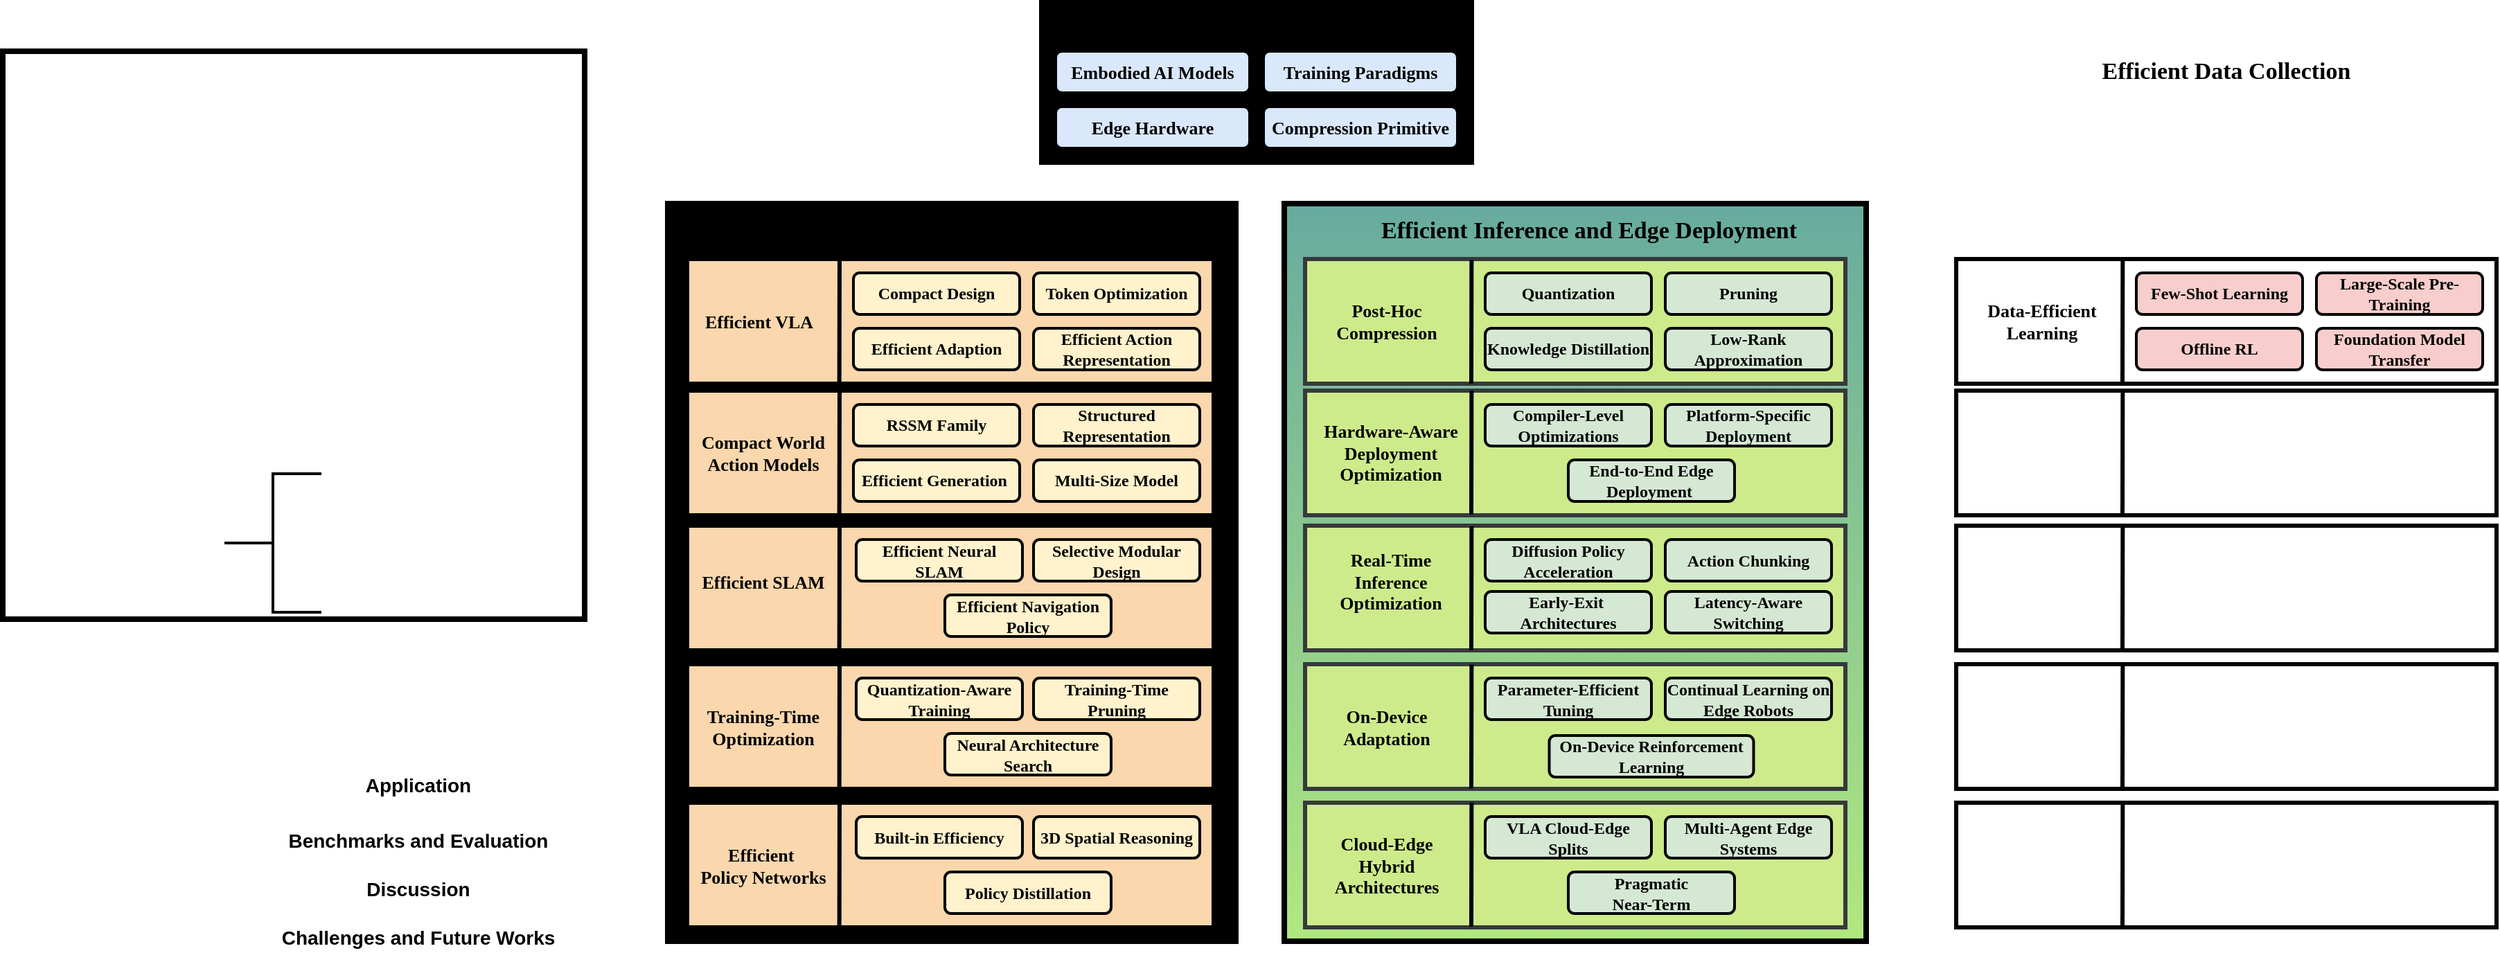
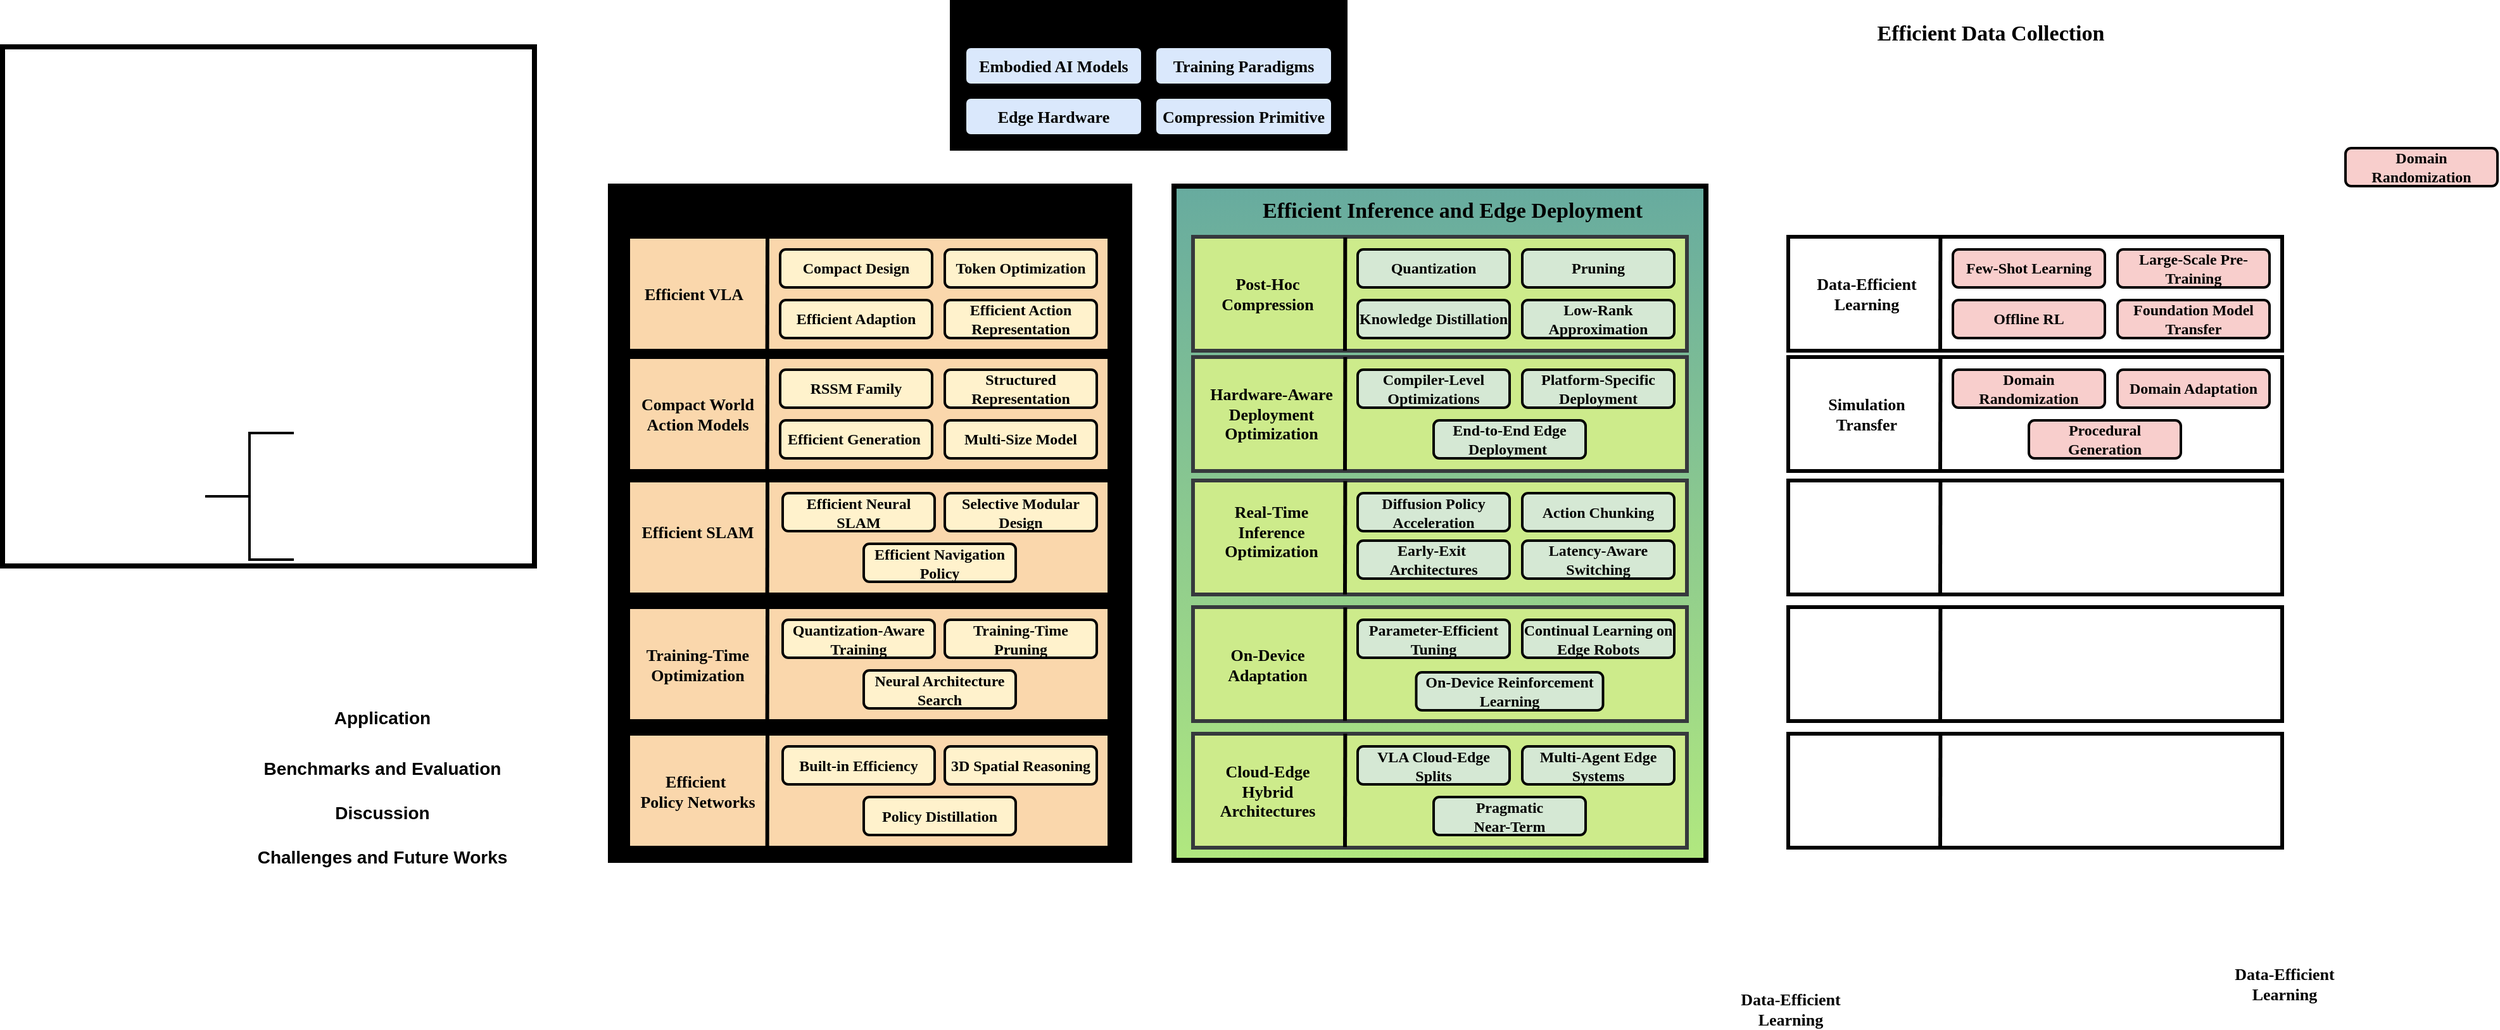
<mxfile host="app.diagrams.net">
  <diagram name="第 1 页" id="xv9Lnx2gyYwYQaEzt8dN">
    <mxGraphModel dx="2450" dy="829" grid="1" gridSize="10" guides="1" tooltips="1" connect="1" arrows="1" fold="1" page="1" pageScale="1" pageWidth="827" pageHeight="1169" math="0" shadow="0">
      <root>
        <mxCell id="0" />
        <mxCell id="1" parent="0" />
        <mxCell id="HWx69ffex-x17Lno-qGl-20" parent="1" style="rounded=0;whiteSpace=wrap;html=1;strokeWidth=4;container=0;fillColor=#67AB9F;gradientColor=#B1E87F;strokeColor=#000000;" value="" vertex="1">
          <mxGeometry height="532.5" width="420" x="305" y="200" as="geometry" />
        </mxCell>
        <mxCell id="P4z1W6zyqtdSm3awDH87-88" parent="1" style="rounded=0;whiteSpace=wrap;html=1;strokeWidth=4;" value="" vertex="1">
          <mxGeometry height="410" width="420" x="-620" y="90" as="geometry" />
        </mxCell>
        <mxCell id="mN9CjeCU7Y2PogCVv73L-14" parent="1" style="text;html=1;whiteSpace=wrap;strokeColor=none;fillColor=none;align=center;verticalAlign=middle;rounded=0;" value="&lt;font face=&quot;Helvetica&quot; style=&quot;font-size: 14px;&quot;&gt;&lt;b style=&quot;&quot;&gt;Application&lt;/b&gt;&lt;/font&gt;" vertex="1">
          <mxGeometry height="20" width="260" x="-450" y="610" as="geometry" />
        </mxCell>
        <mxCell id="mN9CjeCU7Y2PogCVv73L-15" parent="1" style="text;html=1;whiteSpace=wrap;strokeColor=none;fillColor=none;align=center;verticalAlign=middle;rounded=0;" value="&lt;font face=&quot;Helvetica&quot; style=&quot;font-size: 14px;&quot;&gt;&lt;b style=&quot;&quot;&gt;Benchmarks and Evaluation&lt;/b&gt;&lt;/font&gt;" vertex="1">
          <mxGeometry height="20" width="260" x="-450" y="650" as="geometry" />
        </mxCell>
        <mxCell id="mN9CjeCU7Y2PogCVv73L-16" parent="1" style="text;html=1;whiteSpace=wrap;strokeColor=none;fillColor=none;align=center;verticalAlign=middle;rounded=0;" value="&lt;font face=&quot;Helvetica&quot; style=&quot;font-size: 14px;&quot;&gt;&lt;b style=&quot;&quot;&gt;Challenges and Future Works&lt;/b&gt;&lt;/font&gt;" vertex="1">
          <mxGeometry height="20" width="260" x="-450" y="720" as="geometry" />
        </mxCell>
        <mxCell id="mN9CjeCU7Y2PogCVv73L-17" parent="1" style="text;html=1;whiteSpace=wrap;strokeColor=none;fillColor=none;align=center;verticalAlign=middle;rounded=0;" value="&lt;font face=&quot;Helvetica&quot; style=&quot;font-size: 14px;&quot;&gt;&lt;b style=&quot;&quot;&gt;Discussion&lt;/b&gt;&lt;/font&gt;" vertex="1">
          <mxGeometry height="20" width="260" x="-450" y="685" as="geometry" />
        </mxCell>
        <mxCell id="mN9CjeCU7Y2PogCVv73L-18" parent="1" style="strokeWidth=2;html=1;shape=mxgraph.flowchart.annotation_2;align=left;labelPosition=right;pointerEvents=1;" value="" vertex="1">
          <mxGeometry height="100" width="70" x="-460" y="395" as="geometry" />
        </mxCell>
        <mxCell id="P4z1W6zyqtdSm3awDH87-52" connectable="0" parent="1" style="group;strokeColor=#000000;fillColor=#dae8fc;gradientColor=#7ea6e0;container=0;" value="" vertex="1">
          <mxGeometry height="115" width="310" x="130" y="55" as="geometry" />
        </mxCell>
        <mxCell id="P4z1W6zyqtdSm3awDH87-90" parent="1" style="rounded=0;whiteSpace=wrap;html=1;strokeWidth=3;fillColor=#cdeb8b;strokeColor=#36393d;" value="" vertex="1">
          <mxGeometry height="90" width="390" x="320" y="240" as="geometry" />
        </mxCell>
        <mxCell id="P4z1W6zyqtdSm3awDH87-91" edge="1" parent="1" style="endArrow=none;html=1;rounded=0;strokeWidth=3;entryX=0.289;entryY=0.995;entryDx=0;entryDy=0;entryPerimeter=0;" value="">
          <mxGeometry height="50" relative="1" width="50" as="geometry">
            <mxPoint x="440.17999999999995" y="240.45" as="sourcePoint" />
            <mxPoint x="439.9999999999999" y="330.00000000000006" as="targetPoint" />
          </mxGeometry>
        </mxCell>
        <mxCell id="P4z1W6zyqtdSm3awDH87-11" parent="1" style="rounded=0;whiteSpace=wrap;html=1;strokeWidth=4;container=0;fillColor=light-dark(#e0ae0b, #6a3f00);gradientColor=light-dark(#FFE599,#B07303);strokeColor=#000000;" value="" vertex="1">
          <mxGeometry height="532.5" width="410" x="-140" y="200" as="geometry" />
        </mxCell>
        <mxCell id="P4z1W6zyqtdSm3awDH87-29" parent="1" style="rounded=0;whiteSpace=wrap;html=1;strokeWidth=3;container=0;fillColor=#fad7ac;strokeColor=#000000;" value="" vertex="1">
          <mxGeometry height="90" width="380" x="-126" y="240" as="geometry" />
        </mxCell>
        <mxCell id="mN9CjeCU7Y2PogCVv73L-10" parent="1" style="text;html=1;whiteSpace=wrap;strokeColor=none;fillColor=none;align=center;verticalAlign=middle;rounded=0;container=0;" value="&lt;font style=&quot;font-size: 17px;&quot; face=&quot;Comic Sans MS&quot;&gt;&lt;b style=&quot;&quot;&gt;Efficient Model Design&lt;/b&gt;&lt;/font&gt;" vertex="1">
          <mxGeometry height="20" width="200" x="-35" y="210" as="geometry" />
        </mxCell>
        <mxCell id="mN9CjeCU7Y2PogCVv73L-22" parent="1" style="rounded=1;whiteSpace=wrap;html=1;strokeWidth=2;container=0;fillColor=#fff2cc;strokeColor=#000000;" value="&lt;b&gt;&lt;font face=&quot;Comic Sans MS&quot;&gt;Compact Design&lt;/font&gt;&lt;/b&gt;" vertex="1">
          <mxGeometry height="30" width="120" x="-6" y="250" as="geometry" />
        </mxCell>
        <mxCell id="mN9CjeCU7Y2PogCVv73L-23" parent="1" style="rounded=1;whiteSpace=wrap;html=1;strokeWidth=2;container=0;fillColor=#fff2cc;strokeColor=#000000;" value="&lt;b&gt;&lt;font face=&quot;Comic Sans MS&quot;&gt;Efficient Adaption&lt;/font&gt;&lt;/b&gt;" vertex="1">
          <mxGeometry height="30" width="120" x="-6" y="290" as="geometry" />
        </mxCell>
        <mxCell id="mN9CjeCU7Y2PogCVv73L-24" parent="1" style="rounded=1;whiteSpace=wrap;html=1;strokeWidth=2;container=0;fillColor=#fff2cc;strokeColor=#000000;" value="&lt;font face=&quot;Comic Sans MS&quot;&gt;&lt;b&gt;Efficient Action Representation&lt;/b&gt;&lt;/font&gt;" vertex="1">
          <mxGeometry height="30" width="120" x="124" y="290" as="geometry" />
        </mxCell>
        <mxCell id="mN9CjeCU7Y2PogCVv73L-26" parent="1" style="rounded=1;whiteSpace=wrap;html=1;strokeWidth=2;container=0;fillColor=#fff2cc;strokeColor=#000000;" value="&lt;b&gt;&lt;font face=&quot;Comic Sans MS&quot;&gt;Token Optimization&lt;/font&gt;&lt;/b&gt;" vertex="1">
          <mxGeometry height="30" width="120" x="124" y="250" as="geometry" />
        </mxCell>
        <mxCell id="P4z1W6zyqtdSm3awDH87-30" parent="1" style="text;html=1;whiteSpace=wrap;strokeColor=none;fillColor=none;align=center;verticalAlign=middle;rounded=0;container=0;" value="&lt;b style=&quot;font-size: 13px;&quot;&gt;&lt;font face=&quot;Comic Sans MS&quot;&gt;Efficient VLA&lt;/font&gt;&lt;/b&gt;" vertex="1">
          <mxGeometry height="20" width="104" x="-126" y="275" as="geometry" />
        </mxCell>
        <mxCell id="P4z1W6zyqtdSm3awDH87-31" edge="1" parent="1" style="endArrow=none;html=1;rounded=0;strokeWidth=3;entryX=0.289;entryY=0.995;entryDx=0;entryDy=0;entryPerimeter=0;" target="P4z1W6zyqtdSm3awDH87-29" value="">
          <mxGeometry height="50" relative="1" width="50" as="geometry">
            <mxPoint x="-16" y="240" as="sourcePoint" />
            <mxPoint x="-16" y="280" as="targetPoint" />
          </mxGeometry>
        </mxCell>
        <mxCell id="P4z1W6zyqtdSm3awDH87-32" parent="1" style="rounded=0;whiteSpace=wrap;html=1;strokeWidth=3;container=0;fillColor=#fad7ac;strokeColor=#000000;" value="" vertex="1">
          <mxGeometry height="90" width="380" x="-126" y="335" as="geometry" />
        </mxCell>
        <mxCell id="P4z1W6zyqtdSm3awDH87-33" edge="1" parent="1" style="endArrow=none;html=1;rounded=0;strokeWidth=3;entryX=0.289;entryY=0.995;entryDx=0;entryDy=0;entryPerimeter=0;" target="P4z1W6zyqtdSm3awDH87-32" value="">
          <mxGeometry height="50" relative="1" width="50" as="geometry">
            <mxPoint x="-16" y="335" as="sourcePoint" />
            <mxPoint x="-16" y="375" as="targetPoint" />
          </mxGeometry>
        </mxCell>
        <mxCell id="P4z1W6zyqtdSm3awDH87-34" parent="1" style="text;html=1;whiteSpace=wrap;strokeColor=none;fillColor=none;align=center;verticalAlign=middle;rounded=0;container=0;" value="&lt;b style=&quot;font-size: 13px;&quot;&gt;&lt;font face=&quot;Comic Sans MS&quot;&gt;Compact World Action Models&lt;/font&gt;&lt;/b&gt;" vertex="1">
          <mxGeometry height="20" width="114" x="-128" y="370" as="geometry" />
        </mxCell>
        <mxCell id="mN9CjeCU7Y2PogCVv73L-30" parent="1" style="rounded=1;whiteSpace=wrap;html=1;strokeWidth=2;container=0;fillColor=#fff2cc;strokeColor=#000000;" value="&lt;b&gt;&lt;font face=&quot;Comic Sans MS&quot;&gt;RSSM Family&lt;/font&gt;&lt;/b&gt;" vertex="1">
          <mxGeometry height="30" width="120" x="-6" y="345" as="geometry" />
        </mxCell>
        <mxCell id="mN9CjeCU7Y2PogCVv73L-32" parent="1" style="rounded=1;whiteSpace=wrap;html=1;strokeWidth=2;container=0;fillColor=#fff2cc;strokeColor=#000000;" value="&lt;font face=&quot;Comic Sans MS&quot;&gt;&lt;b&gt;Efficient Generation&amp;nbsp;&lt;/b&gt;&lt;/font&gt;" vertex="1">
          <mxGeometry height="30" width="120" x="-6" y="385" as="geometry" />
        </mxCell>
        <mxCell id="mN9CjeCU7Y2PogCVv73L-33" parent="1" style="rounded=1;whiteSpace=wrap;html=1;strokeWidth=2;container=0;fillColor=#fff2cc;strokeColor=#000000;" value="&lt;b&gt;&lt;font face=&quot;Comic Sans MS&quot;&gt;Structured Representation&lt;/font&gt;&lt;/b&gt;" vertex="1">
          <mxGeometry height="30" width="120" x="124" y="345" as="geometry" />
        </mxCell>
        <mxCell id="P4z1W6zyqtdSm3awDH87-36" parent="1" style="rounded=1;whiteSpace=wrap;html=1;strokeWidth=2;container=0;fillColor=#fff2cc;strokeColor=#000000;" value="&lt;b&gt;&lt;font face=&quot;Comic Sans MS&quot;&gt;Multi-Size Model&lt;/font&gt;&lt;/b&gt;" vertex="1">
          <mxGeometry height="30" width="120" x="124" y="385" as="geometry" />
        </mxCell>
        <mxCell id="P4z1W6zyqtdSm3awDH87-37" parent="1" style="rounded=0;whiteSpace=wrap;html=1;strokeWidth=3;container=0;fillColor=#fad7ac;strokeColor=#000000;" value="" vertex="1">
          <mxGeometry height="90" width="380" x="-126" y="432.5" as="geometry" />
        </mxCell>
        <mxCell id="P4z1W6zyqtdSm3awDH87-38" edge="1" parent="1" style="endArrow=none;html=1;rounded=0;strokeWidth=3;entryX=0.289;entryY=0.995;entryDx=0;entryDy=0;entryPerimeter=0;" target="P4z1W6zyqtdSm3awDH87-37" value="">
          <mxGeometry height="50" relative="1" width="50" as="geometry">
            <mxPoint x="-16" y="432.5" as="sourcePoint" />
            <mxPoint x="-16" y="472.5" as="targetPoint" />
          </mxGeometry>
        </mxCell>
        <mxCell id="P4z1W6zyqtdSm3awDH87-44" parent="1" style="text;html=1;whiteSpace=wrap;strokeColor=none;fillColor=none;align=center;verticalAlign=middle;rounded=0;container=0;" value="&lt;b style=&quot;font-size: 13px;&quot;&gt;&lt;font face=&quot;Comic Sans MS&quot;&gt;Efficient SLAM&lt;/font&gt;&lt;/b&gt;" vertex="1">
          <mxGeometry height="20" width="114" x="-128" y="462.5" as="geometry" />
        </mxCell>
        <mxCell id="P4z1W6zyqtdSm3awDH87-19" parent="1" style="rounded=1;whiteSpace=wrap;html=1;strokeWidth=2;container=0;fillColor=#fff2cc;strokeColor=#000000;" value="&lt;b&gt;&lt;font face=&quot;Comic Sans MS&quot;&gt;Efficient Neural SLAM&lt;/font&gt;&lt;/b&gt;" vertex="1">
          <mxGeometry height="30" width="120" x="-4" y="442.5" as="geometry" />
        </mxCell>
        <mxCell id="P4z1W6zyqtdSm3awDH87-20" parent="1" style="rounded=1;whiteSpace=wrap;html=1;strokeWidth=2;container=0;fillColor=#fff2cc;strokeColor=#000000;" value="&lt;font face=&quot;Comic Sans MS&quot;&gt;&lt;b&gt;Selective Modular Design&lt;/b&gt;&lt;/font&gt;" vertex="1">
          <mxGeometry height="30" width="120" x="124" y="442.5" as="geometry" />
        </mxCell>
        <mxCell id="P4z1W6zyqtdSm3awDH87-21" parent="1" style="rounded=1;whiteSpace=wrap;html=1;strokeWidth=2;container=0;fillColor=#fff2cc;strokeColor=#000000;" value="&lt;font face=&quot;Comic Sans MS&quot;&gt;&lt;b&gt;Efficient Navigation Policy&lt;/b&gt;&lt;/font&gt;" vertex="1">
          <mxGeometry height="30" width="120" x="60" y="482.5" as="geometry" />
        </mxCell>
        <mxCell id="P4z1W6zyqtdSm3awDH87-45" parent="1" style="rounded=0;whiteSpace=wrap;html=1;strokeWidth=3;container=0;fillColor=#fad7ac;strokeColor=#000000;" value="" vertex="1">
          <mxGeometry height="90" width="380" x="-126" y="632.5" as="geometry" />
        </mxCell>
        <mxCell id="P4z1W6zyqtdSm3awDH87-46" edge="1" parent="1" style="endArrow=none;html=1;rounded=0;strokeWidth=3;entryX=0.289;entryY=0.995;entryDx=0;entryDy=0;entryPerimeter=0;" target="P4z1W6zyqtdSm3awDH87-45" value="">
          <mxGeometry height="50" relative="1" width="50" as="geometry">
            <mxPoint x="-16" y="632.5" as="sourcePoint" />
            <mxPoint x="-16" y="672.5" as="targetPoint" />
          </mxGeometry>
        </mxCell>
        <mxCell id="P4z1W6zyqtdSm3awDH87-47" parent="1" style="rounded=0;whiteSpace=wrap;html=1;strokeWidth=3;container=0;fillColor=#fad7ac;strokeColor=#000000;" value="" vertex="1">
          <mxGeometry height="90" width="380" x="-126" y="532.5" as="geometry" />
        </mxCell>
        <mxCell id="P4z1W6zyqtdSm3awDH87-48" edge="1" parent="1" style="endArrow=none;html=1;rounded=0;strokeWidth=3;entryX=0.289;entryY=0.995;entryDx=0;entryDy=0;entryPerimeter=0;" target="P4z1W6zyqtdSm3awDH87-47" value="">
          <mxGeometry height="50" relative="1" width="50" as="geometry">
            <mxPoint x="-16" y="532.5" as="sourcePoint" />
            <mxPoint x="-16" y="572.5" as="targetPoint" />
          </mxGeometry>
        </mxCell>
        <mxCell id="P4z1W6zyqtdSm3awDH87-25" parent="1" style="rounded=1;whiteSpace=wrap;html=1;strokeWidth=2;container=0;fillColor=#fff2cc;strokeColor=#000000;" value="&lt;font face=&quot;Comic Sans MS&quot;&gt;&lt;b&gt;Quantization-Aware Training&lt;/b&gt;&lt;/font&gt;" vertex="1">
          <mxGeometry height="30" width="120" x="-4" y="542.5" as="geometry" />
        </mxCell>
        <mxCell id="P4z1W6zyqtdSm3awDH87-26" parent="1" style="rounded=1;whiteSpace=wrap;html=1;strokeWidth=2;container=0;fillColor=#fff2cc;strokeColor=#000000;" value="&lt;font face=&quot;Comic Sans MS&quot;&gt;&lt;b&gt;Neural Architecture Search&lt;/b&gt;&lt;/font&gt;" vertex="1">
          <mxGeometry height="30" width="120" x="60" y="582.5" as="geometry" />
        </mxCell>
        <mxCell id="P4z1W6zyqtdSm3awDH87-27" parent="1" style="rounded=1;whiteSpace=wrap;html=1;strokeWidth=2;container=0;fillColor=#fff2cc;strokeColor=#000000;" value="&lt;font face=&quot;Comic Sans MS&quot;&gt;&lt;b&gt;Training-Time Pruning&lt;/b&gt;&lt;/font&gt;" vertex="1">
          <mxGeometry height="30" width="120" x="124" y="542.5" as="geometry" />
        </mxCell>
        <mxCell id="P4z1W6zyqtdSm3awDH87-4" parent="1" style="rounded=1;whiteSpace=wrap;html=1;strokeWidth=2;container=0;fillColor=#fff2cc;strokeColor=#000000;" value="&lt;b&gt;&lt;font face=&quot;Comic Sans MS&quot;&gt;3D Spatial Reasoning&lt;/font&gt;&lt;/b&gt;" vertex="1">
          <mxGeometry height="30" width="120" x="124" y="642.5" as="geometry" />
        </mxCell>
        <mxCell id="P4z1W6zyqtdSm3awDH87-6" parent="1" style="rounded=1;whiteSpace=wrap;html=1;strokeWidth=2;container=0;fillColor=#fff2cc;strokeColor=#000000;" value="&lt;font face=&quot;Comic Sans MS&quot;&gt;&lt;b&gt;Policy Distillation&lt;/b&gt;&lt;/font&gt;" vertex="1">
          <mxGeometry height="30" width="120" x="60" y="682.5" as="geometry" />
        </mxCell>
        <mxCell id="P4z1W6zyqtdSm3awDH87-7" parent="1" style="rounded=1;whiteSpace=wrap;html=1;strokeWidth=2;container=0;fillColor=#fff2cc;strokeColor=#000000;" value="&lt;font face=&quot;Comic Sans MS&quot;&gt;&lt;b&gt;Built-in Efficiency&lt;/b&gt;&lt;/font&gt;" vertex="1">
          <mxGeometry height="30" width="120" x="-4" y="642.5" as="geometry" />
        </mxCell>
        <mxCell id="P4z1W6zyqtdSm3awDH87-49" parent="1" style="text;html=1;whiteSpace=wrap;strokeColor=none;fillColor=none;align=center;verticalAlign=middle;rounded=0;container=0;" value="&lt;b style=&quot;font-size: 13px;&quot;&gt;&lt;font face=&quot;Comic Sans MS&quot;&gt;Training-Time Optimization&lt;/font&gt;&lt;/b&gt;" vertex="1">
          <mxGeometry height="20" width="114" x="-128" y="567.5" as="geometry" />
        </mxCell>
        <mxCell id="P4z1W6zyqtdSm3awDH87-50" parent="1" style="text;html=1;whiteSpace=wrap;strokeColor=none;fillColor=none;align=center;verticalAlign=middle;rounded=0;container=0;" value="&lt;b style=&quot;font-size: 13px;&quot;&gt;&lt;font face=&quot;Comic Sans MS&quot;&gt;Efficient&amp;nbsp;&lt;/font&gt;&lt;/b&gt;&lt;div&gt;&lt;b style=&quot;font-size: 13px;&quot;&gt;&lt;font face=&quot;Comic Sans MS&quot;&gt;Policy Networks&lt;/font&gt;&lt;/b&gt;&lt;/div&gt;" vertex="1">
          <mxGeometry height="20" width="114" x="-128" y="667.5" as="geometry" />
        </mxCell>
        <mxCell id="P4z1W6zyqtdSm3awDH87-92" parent="1" style="text;html=1;whiteSpace=wrap;strokeColor=none;fillColor=none;align=center;verticalAlign=middle;rounded=0;container=0;" value="&lt;b style=&quot;font-size: 13px;&quot;&gt;&lt;font face=&quot;Comic Sans MS&quot;&gt;Post-Hoc Compression&lt;/font&gt;&lt;/b&gt;" vertex="1">
          <mxGeometry height="20" width="104" x="327" y="275" as="geometry" />
        </mxCell>
        <mxCell id="P4z1W6zyqtdSm3awDH87-93" parent="1" style="rounded=1;whiteSpace=wrap;html=1;strokeWidth=2;container=0;fillColor=#d5e8d4;strokeColor=#000000;" value="&lt;b&gt;&lt;font face=&quot;Comic Sans MS&quot;&gt;Quantization&lt;/font&gt;&lt;/b&gt;" vertex="1">
          <mxGeometry height="30" width="120" x="450" y="250" as="geometry" />
        </mxCell>
        <mxCell id="P4z1W6zyqtdSm3awDH87-94" parent="1" style="rounded=1;whiteSpace=wrap;html=1;strokeWidth=2;container=0;fillColor=#d5e8d4;strokeColor=#000000;" value="&lt;b&gt;&lt;font face=&quot;Comic Sans MS&quot;&gt;Pruning&lt;/font&gt;&lt;/b&gt;" vertex="1">
          <mxGeometry height="30" width="120" x="580" y="250" as="geometry" />
        </mxCell>
        <mxCell id="P4z1W6zyqtdSm3awDH87-95" parent="1" style="rounded=1;whiteSpace=wrap;html=1;strokeWidth=2;container=0;fillColor=#d5e8d4;strokeColor=#000000;" value="&lt;font face=&quot;Comic Sans MS&quot;&gt;&lt;b&gt;Knowledge Distillation&lt;/b&gt;&lt;/font&gt;" vertex="1">
          <mxGeometry height="30" width="120" x="450" y="290" as="geometry" />
        </mxCell>
        <mxCell id="P4z1W6zyqtdSm3awDH87-96" parent="1" style="rounded=1;whiteSpace=wrap;html=1;strokeWidth=2;container=0;fillColor=#d5e8d4;strokeColor=#000000;" value="&lt;font face=&quot;Comic Sans MS&quot;&gt;&lt;b&gt;Low-Rank Approximation&lt;/b&gt;&lt;/font&gt;" vertex="1">
          <mxGeometry height="30" width="120" x="580" y="290" as="geometry" />
        </mxCell>
        <mxCell id="P4z1W6zyqtdSm3awDH87-97" parent="1" style="rounded=0;whiteSpace=wrap;html=1;strokeWidth=3;fillColor=#cdeb8b;strokeColor=#36393d;" value="" vertex="1">
          <mxGeometry height="90" width="390" x="320" y="335" as="geometry" />
        </mxCell>
        <mxCell id="P4z1W6zyqtdSm3awDH87-99" parent="1" style="rounded=0;whiteSpace=wrap;html=1;strokeWidth=3;fillColor=#cdeb8b;strokeColor=#36393d;" value="" vertex="1">
          <mxGeometry height="90" width="390" x="320" y="432.5" as="geometry" />
        </mxCell>
        <mxCell id="P4z1W6zyqtdSm3awDH87-101" parent="1" style="rounded=0;whiteSpace=wrap;html=1;strokeWidth=3;fillColor=#cdeb8b;strokeColor=#36393d;" value="" vertex="1">
          <mxGeometry height="90" width="390" x="320" y="532.5" as="geometry" />
        </mxCell>
        <mxCell id="P4z1W6zyqtdSm3awDH87-103" parent="1" style="rounded=0;whiteSpace=wrap;html=1;strokeWidth=3;fillColor=#cdeb8b;strokeColor=#36393d;" value="" vertex="1">
          <mxGeometry height="90" width="390" x="320" y="632.5" as="geometry" />
        </mxCell>
        <mxCell id="P4z1W6zyqtdSm3awDH87-105" parent="1" style="text;html=1;whiteSpace=wrap;strokeColor=none;fillColor=none;align=center;verticalAlign=middle;rounded=0;container=0;" value="&lt;font face=&quot;Comic Sans MS&quot;&gt;&lt;span style=&quot;font-size: 13px;&quot;&gt;&lt;b&gt;Hardware-Aware Deployment Optimization&lt;/b&gt;&lt;/span&gt;&lt;/font&gt;" vertex="1">
          <mxGeometry height="20" width="110" x="327" y="370" as="geometry" />
        </mxCell>
        <mxCell id="P4z1W6zyqtdSm3awDH87-106" edge="1" parent="1" style="endArrow=none;html=1;rounded=0;strokeWidth=3;entryX=0.289;entryY=0.995;entryDx=0;entryDy=0;entryPerimeter=0;" value="">
          <mxGeometry height="50" relative="1" width="50" as="geometry">
            <mxPoint x="440.18000000000006" y="335" as="sourcePoint" />
            <mxPoint x="440" y="424.55000000000007" as="targetPoint" />
          </mxGeometry>
        </mxCell>
        <mxCell id="P4z1W6zyqtdSm3awDH87-107" edge="1" parent="1" style="endArrow=none;html=1;rounded=0;strokeWidth=3;entryX=0.289;entryY=0.995;entryDx=0;entryDy=0;entryPerimeter=0;" value="">
          <mxGeometry height="50" relative="1" width="50" as="geometry">
            <mxPoint x="440.18000000000006" y="432.95" as="sourcePoint" />
            <mxPoint x="440" y="522.5000000000001" as="targetPoint" />
          </mxGeometry>
        </mxCell>
        <mxCell id="P4z1W6zyqtdSm3awDH87-108" edge="1" parent="1" style="endArrow=none;html=1;rounded=0;strokeWidth=3;entryX=0.289;entryY=0.995;entryDx=0;entryDy=0;entryPerimeter=0;" value="">
          <mxGeometry height="50" relative="1" width="50" as="geometry">
            <mxPoint x="440.18000000000006" y="532.72" as="sourcePoint" />
            <mxPoint x="440" y="622.2700000000001" as="targetPoint" />
          </mxGeometry>
        </mxCell>
        <mxCell id="P4z1W6zyqtdSm3awDH87-109" edge="1" parent="1" style="endArrow=none;html=1;rounded=0;strokeWidth=3;entryX=0.289;entryY=0.995;entryDx=0;entryDy=0;entryPerimeter=0;" value="">
          <mxGeometry height="50" relative="1" width="50" as="geometry">
            <mxPoint x="440.18000000000006" y="632.5" as="sourcePoint" />
            <mxPoint x="440" y="722.0500000000001" as="targetPoint" />
          </mxGeometry>
        </mxCell>
        <mxCell id="P4z1W6zyqtdSm3awDH87-110" parent="1" style="rounded=1;whiteSpace=wrap;html=1;strokeWidth=2;container=0;fillColor=#d5e8d4;strokeColor=#000000;" value="&lt;font face=&quot;Comic Sans MS&quot;&gt;&lt;b&gt;Compiler-Level Optimizations&lt;/b&gt;&lt;/font&gt;" vertex="1">
          <mxGeometry height="30" width="120" x="450" y="345" as="geometry" />
        </mxCell>
        <mxCell id="P4z1W6zyqtdSm3awDH87-111" parent="1" style="rounded=1;whiteSpace=wrap;html=1;strokeWidth=2;container=0;fillColor=#d5e8d4;strokeColor=#000000;" value="&lt;font face=&quot;Comic Sans MS&quot;&gt;&lt;b&gt;Platform-Specific Deployment&lt;/b&gt;&lt;/font&gt;" vertex="1">
          <mxGeometry height="30" width="120" x="580" y="345" as="geometry" />
        </mxCell>
        <mxCell id="P4z1W6zyqtdSm3awDH87-112" parent="1" style="rounded=1;whiteSpace=wrap;html=1;strokeWidth=2;container=0;fillColor=#d5e8d4;strokeColor=#000000;" value="&lt;font face=&quot;Comic Sans MS&quot;&gt;&lt;b&gt;End-to-End Edge Deployment&amp;nbsp;&lt;/b&gt;&lt;/font&gt;" vertex="1">
          <mxGeometry height="30" width="120" x="510" y="385" as="geometry" />
        </mxCell>
        <mxCell id="P4z1W6zyqtdSm3awDH87-113" parent="1" style="text;html=1;whiteSpace=wrap;strokeColor=none;fillColor=none;align=center;verticalAlign=middle;rounded=0;container=0;" value="&lt;font face=&quot;Comic Sans MS&quot;&gt;&lt;span style=&quot;font-size: 13px;&quot;&gt;&lt;b&gt;Real-Time Inference Optimization&lt;/b&gt;&lt;/span&gt;&lt;/font&gt;" vertex="1">
          <mxGeometry height="20" width="104" x="330" y="462.5" as="geometry" />
        </mxCell>
        <mxCell id="HWx69ffex-x17Lno-qGl-1" parent="1" style="rounded=1;whiteSpace=wrap;html=1;strokeWidth=2;container=0;fillColor=#d5e8d4;strokeColor=#000000;" value="&lt;font face=&quot;Comic Sans MS&quot;&gt;&lt;b&gt;Diffusion Policy Acceleration&lt;/b&gt;&lt;/font&gt;" vertex="1">
          <mxGeometry height="30" width="120" x="450" y="442.5" as="geometry" />
        </mxCell>
        <mxCell id="HWx69ffex-x17Lno-qGl-3" parent="1" style="rounded=1;whiteSpace=wrap;html=1;strokeWidth=2;container=0;fillColor=#d5e8d4;strokeColor=#000000;" value="&lt;font face=&quot;Comic Sans MS&quot;&gt;&lt;b&gt;Action Chunking&lt;/b&gt;&lt;/font&gt;" vertex="1">
          <mxGeometry height="30" width="120" x="580" y="442.5" as="geometry" />
        </mxCell>
        <mxCell id="HWx69ffex-x17Lno-qGl-4" parent="1" style="rounded=1;whiteSpace=wrap;html=1;strokeWidth=2;container=0;fillColor=#d5e8d4;strokeColor=#000000;" value="&lt;font face=&quot;Comic Sans MS&quot;&gt;&lt;b&gt;Latency-Aware Switching&lt;/b&gt;&lt;/font&gt;" vertex="1">
          <mxGeometry height="30" width="120" x="580" y="480" as="geometry" />
        </mxCell>
        <mxCell id="HWx69ffex-x17Lno-qGl-5" parent="1" style="rounded=1;whiteSpace=wrap;html=1;strokeWidth=2;container=0;fillColor=#d5e8d4;strokeColor=#000000;" value="&lt;font face=&quot;Comic Sans MS&quot;&gt;&lt;b&gt;Early-Exit&amp;nbsp; Architectures&lt;/b&gt;&lt;/font&gt;" vertex="1">
          <mxGeometry height="30" width="120" x="450" y="480" as="geometry" />
        </mxCell>
        <mxCell id="P4z1W6zyqtdSm3awDH87-12" parent="1" style="rounded=0;whiteSpace=wrap;html=1;strokeWidth=4;fillColor=light-dark(#7ea6e0, #1d293b);gradientColor=light-dark(#dae8fc, #436697);strokeColor=#000000;container=0;" value="" vertex="1">
          <mxGeometry height="115" width="310" x="130" y="55" as="geometry" />
        </mxCell>
        <mxCell id="mN9CjeCU7Y2PogCVv73L-6" parent="1" style="rounded=1;whiteSpace=wrap;html=1;strokeWidth=2;fillColor=#dae8fc;strokeColor=#000000;container=0;" value="&lt;font style=&quot;font-size: 13px;&quot; face=&quot;Comic Sans MS&quot;&gt;&lt;b style=&quot;&quot;&gt;Training Paradigms&lt;/b&gt;&lt;/font&gt;" vertex="1">
          <mxGeometry height="30" width="140" x="290" y="90" as="geometry" />
        </mxCell>
        <mxCell id="mN9CjeCU7Y2PogCVv73L-5" parent="1" style="rounded=1;whiteSpace=wrap;html=1;strokeWidth=2;fillColor=#dae8fc;strokeColor=#000000;container=0;" value="&lt;font style=&quot;font-size: 13px;&quot; face=&quot;Comic Sans MS&quot;&gt;&lt;b style=&quot;&quot;&gt;Edge Hardware&lt;/b&gt;&lt;/font&gt;" vertex="1">
          <mxGeometry height="30" width="140" x="140" y="130" as="geometry" />
        </mxCell>
        <mxCell id="mN9CjeCU7Y2PogCVv73L-8" parent="1" style="rounded=1;whiteSpace=wrap;html=1;strokeWidth=2;fillColor=#dae8fc;strokeColor=#000000;container=0;" value="&lt;font style=&quot;font-size: 13px;&quot; face=&quot;Comic Sans MS&quot;&gt;&lt;b style=&quot;&quot;&gt;Compression Primitive&lt;/b&gt;&lt;/font&gt;" vertex="1">
          <mxGeometry height="30" width="140" x="290" y="130" as="geometry" />
        </mxCell>
        <mxCell id="mN9CjeCU7Y2PogCVv73L-4" parent="1" style="rounded=1;whiteSpace=wrap;html=1;strokeWidth=2;fillColor=#dae8fc;strokeColor=#000000;container=0;" value="&lt;font style=&quot;font-size: 13px;&quot; face=&quot;Comic Sans MS&quot;&gt;&lt;b style=&quot;&quot;&gt;Embodied AI Models&lt;/b&gt;&lt;/font&gt;" vertex="1">
          <mxGeometry height="30" width="140" x="140" y="90" as="geometry" />
        </mxCell>
        <mxCell id="mN9CjeCU7Y2PogCVv73L-2" parent="1" style="text;html=1;whiteSpace=wrap;strokeColor=none;fillColor=none;align=center;verticalAlign=middle;rounded=0;container=0;" value="&lt;font style=&quot;font-size: 17px;&quot; face=&quot;Comic Sans MS&quot;&gt;&lt;b style=&quot;&quot;&gt;Background and Preliminaries&lt;/b&gt;&lt;/font&gt;" vertex="1">
          <mxGeometry height="20" width="275" x="155" y="60" as="geometry" />
        </mxCell>
        <mxCell id="HWx69ffex-x17Lno-qGl-7" parent="1" style="text;html=1;whiteSpace=wrap;strokeColor=none;fillColor=none;align=center;verticalAlign=middle;rounded=0;container=0;" value="&lt;font face=&quot;Comic Sans MS&quot;&gt;&lt;span style=&quot;font-size: 13px;&quot;&gt;&lt;b&gt;On-Device Adaptation&lt;/b&gt;&lt;/span&gt;&lt;/font&gt;" vertex="1">
          <mxGeometry height="20" width="104" x="327" y="567.5" as="geometry" />
        </mxCell>
        <mxCell id="HWx69ffex-x17Lno-qGl-8" parent="1" style="rounded=1;whiteSpace=wrap;html=1;strokeWidth=2;container=0;fillColor=#d5e8d4;strokeColor=#000000;" value="&lt;font face=&quot;Comic Sans MS&quot;&gt;&lt;b&gt;Parameter-Efficient Tuning&lt;/b&gt;&lt;/font&gt;" vertex="1">
          <mxGeometry height="30" width="120" x="450" y="542.5" as="geometry" />
        </mxCell>
        <mxCell id="HWx69ffex-x17Lno-qGl-9" parent="1" style="rounded=1;whiteSpace=wrap;html=1;strokeWidth=2;container=0;fillColor=#d5e8d4;strokeColor=#000000;" value="&lt;font face=&quot;Comic Sans MS&quot;&gt;&lt;b&gt;On-Device Reinforcement Learning&lt;/b&gt;&lt;/font&gt;" vertex="1">
          <mxGeometry height="30" width="147.5" x="496.25" y="584" as="geometry" />
        </mxCell>
        <mxCell id="HWx69ffex-x17Lno-qGl-10" parent="1" style="rounded=1;whiteSpace=wrap;html=1;strokeWidth=2;container=0;fillColor=#d5e8d4;strokeColor=#000000;" value="&lt;font face=&quot;Comic Sans MS&quot;&gt;&lt;b&gt;Continual Learning on Edge Robots&lt;/b&gt;&lt;/font&gt;" vertex="1">
          <mxGeometry height="30" width="120" x="580" y="542.5" as="geometry" />
        </mxCell>
        <mxCell id="HWx69ffex-x17Lno-qGl-13" parent="1" style="text;html=1;whiteSpace=wrap;strokeColor=none;fillColor=none;align=center;verticalAlign=middle;rounded=0;container=0;" value="&lt;font face=&quot;Comic Sans MS&quot;&gt;&lt;span style=&quot;font-size: 13px;&quot;&gt;&lt;b&gt;Cloud-Edge Hybrid Architectures&lt;/b&gt;&lt;/span&gt;&lt;/font&gt;" vertex="1">
          <mxGeometry height="20" width="104" x="327" y="667.5" as="geometry" />
        </mxCell>
        <mxCell id="HWx69ffex-x17Lno-qGl-16" parent="1" style="rounded=1;whiteSpace=wrap;html=1;strokeWidth=2;container=0;fillColor=#d5e8d4;strokeColor=#000000;" value="&lt;font face=&quot;Comic Sans MS&quot;&gt;&lt;b&gt;VLA Cloud-Edge Splits&lt;/b&gt;&lt;/font&gt;" vertex="1">
          <mxGeometry height="30" width="120" x="450" y="642.5" as="geometry" />
        </mxCell>
        <mxCell id="HWx69ffex-x17Lno-qGl-17" parent="1" style="rounded=1;whiteSpace=wrap;html=1;strokeWidth=2;container=0;fillColor=#d5e8d4;strokeColor=#000000;" value="&lt;font face=&quot;Comic Sans MS&quot;&gt;&lt;b&gt;Multi-Agent Edge Systems&lt;/b&gt;&lt;/font&gt;" vertex="1">
          <mxGeometry height="30" width="120" x="580" y="642.5" as="geometry" />
        </mxCell>
        <mxCell id="HWx69ffex-x17Lno-qGl-18" parent="1" style="rounded=1;whiteSpace=wrap;html=1;strokeWidth=2;container=0;fillColor=#d5e8d4;strokeColor=#000000;" value="&lt;font face=&quot;Comic Sans MS&quot;&gt;&lt;b&gt;Pragmatic&lt;/b&gt;&lt;/font&gt;&lt;div&gt;&lt;font face=&quot;Comic Sans MS&quot;&gt;&lt;b&gt;Near-Term&lt;/b&gt;&lt;/font&gt;&lt;/div&gt;" vertex="1">
          <mxGeometry height="30" width="120" x="510" y="682.5" as="geometry" />
        </mxCell>
        <mxCell id="HWx69ffex-x17Lno-qGl-21" parent="1" style="text;html=1;whiteSpace=wrap;strokeColor=none;fillColor=none;align=center;verticalAlign=middle;rounded=0;container=0;" value="&lt;font style=&quot;font-size: 17px;&quot; face=&quot;Comic Sans MS&quot;&gt;&lt;b style=&quot;&quot;&gt;Efficient Inference and Edge Deployment&lt;/b&gt;&lt;/font&gt;" vertex="1">
          <mxGeometry height="20" width="350" x="350" y="210" as="geometry" />
        </mxCell>
        <mxCell id="HWx69ffex-x17Lno-qGl-22" parent="1" style="text;html=1;whiteSpace=wrap;strokeColor=none;fillColor=none;align=center;verticalAlign=middle;rounded=0;" value="&lt;font style=&quot;font-size: 17px;&quot; face=&quot;Comic Sans MS&quot;&gt;&lt;b style=&quot;&quot;&gt;Efficient Data Collection&lt;/b&gt;&lt;/font&gt;" vertex="1">
-           <mxGeometry height="20" width="260" x="855" y="95" as="geometry" />
+           <mxGeometry height="20" width="260" x="820" y="70" as="geometry" />
        </mxCell>
        <mxCell id="HWx69ffex-x17Lno-qGl-23" parent="1" style="rounded=0;whiteSpace=wrap;html=1;strokeWidth=3;" value="" vertex="1">
          <mxGeometry height="90" width="390" x="790" y="240" as="geometry" />
        </mxCell>
        <mxCell id="HWx69ffex-x17Lno-qGl-24" edge="1" parent="1" style="endArrow=none;html=1;rounded=0;strokeWidth=3;entryX=0.289;entryY=0.995;entryDx=0;entryDy=0;entryPerimeter=0;" value="">
          <mxGeometry height="50" relative="1" width="50" as="geometry">
            <mxPoint x="910.1799999999998" y="240.45" as="sourcePoint" />
            <mxPoint x="910" y="330.00000000000006" as="targetPoint" />
          </mxGeometry>
        </mxCell>
        <mxCell id="HWx69ffex-x17Lno-qGl-25" parent="1" style="rounded=0;whiteSpace=wrap;html=1;strokeWidth=3;" value="" vertex="1">
          <mxGeometry height="90" width="390" x="790" y="432.5" as="geometry" />
        </mxCell>
        <mxCell id="HWx69ffex-x17Lno-qGl-26" edge="1" parent="1" style="endArrow=none;html=1;rounded=0;strokeWidth=3;entryX=0.289;entryY=0.995;entryDx=0;entryDy=0;entryPerimeter=0;" value="">
          <mxGeometry height="50" relative="1" width="50" as="geometry">
            <mxPoint x="910.1799999999998" y="432.95" as="sourcePoint" />
            <mxPoint x="910" y="522.5" as="targetPoint" />
          </mxGeometry>
        </mxCell>
        <mxCell id="HWx69ffex-x17Lno-qGl-27" parent="1" style="rounded=0;whiteSpace=wrap;html=1;strokeWidth=3;" value="" vertex="1">
          <mxGeometry height="90" width="390" x="790" y="335" as="geometry" />
        </mxCell>
        <mxCell id="HWx69ffex-x17Lno-qGl-28" edge="1" parent="1" style="endArrow=none;html=1;rounded=0;strokeWidth=3;entryX=0.289;entryY=0.995;entryDx=0;entryDy=0;entryPerimeter=0;" value="">
          <mxGeometry height="50" relative="1" width="50" as="geometry">
            <mxPoint x="910.1799999999998" y="335.45" as="sourcePoint" />
            <mxPoint x="910" y="425.00000000000006" as="targetPoint" />
          </mxGeometry>
        </mxCell>
        <mxCell id="HWx69ffex-x17Lno-qGl-29" parent="1" style="rounded=0;whiteSpace=wrap;html=1;strokeWidth=3;" value="" vertex="1">
          <mxGeometry height="90" width="390" x="790" y="632.5" as="geometry" />
        </mxCell>
        <mxCell id="HWx69ffex-x17Lno-qGl-30" edge="1" parent="1" style="endArrow=none;html=1;rounded=0;strokeWidth=3;entryX=0.289;entryY=0.995;entryDx=0;entryDy=0;entryPerimeter=0;" value="">
          <mxGeometry height="50" relative="1" width="50" as="geometry">
            <mxPoint x="910.1799999999998" y="632.95" as="sourcePoint" />
            <mxPoint x="910" y="722.5" as="targetPoint" />
          </mxGeometry>
        </mxCell>
        <mxCell id="HWx69ffex-x17Lno-qGl-31" parent="1" style="rounded=0;whiteSpace=wrap;html=1;strokeWidth=3;" value="" vertex="1">
          <mxGeometry height="90" width="390" x="790" y="532.5" as="geometry" />
        </mxCell>
        <mxCell id="HWx69ffex-x17Lno-qGl-32" edge="1" parent="1" style="endArrow=none;html=1;rounded=0;strokeWidth=3;entryX=0.289;entryY=0.995;entryDx=0;entryDy=0;entryPerimeter=0;" value="">
          <mxGeometry height="50" relative="1" width="50" as="geometry">
            <mxPoint x="910.1799999999998" y="532.95" as="sourcePoint" />
            <mxPoint x="910" y="622.5" as="targetPoint" />
          </mxGeometry>
        </mxCell>
        <mxCell id="HWx69ffex-x17Lno-qGl-34" parent="1" style="text;html=1;whiteSpace=wrap;strokeColor=none;fillColor=none;align=center;verticalAlign=middle;rounded=0;container=0;" value="&lt;b style=&quot;font-size: 13px;&quot;&gt;&lt;font face=&quot;Comic Sans MS&quot;&gt;Data-Efficient Learning&lt;/font&gt;&lt;/b&gt;" vertex="1">
          <mxGeometry height="20" width="104" x="800" y="275" as="geometry" />
        </mxCell>
        <mxCell id="HWx69ffex-x17Lno-qGl-35" parent="1" style="rounded=1;whiteSpace=wrap;html=1;strokeWidth=2;container=0;fillColor=#f8cecc;strokeColor=#000000;" value="&lt;b&gt;&lt;font face=&quot;Comic Sans MS&quot;&gt;Large-Scale Pre-Training&lt;/font&gt;&lt;/b&gt;" vertex="1">
          <mxGeometry height="30" width="120" x="1050" y="250" as="geometry" />
        </mxCell>
        <mxCell id="HWx69ffex-x17Lno-qGl-37" parent="1" style="rounded=1;whiteSpace=wrap;html=1;strokeWidth=2;container=0;fillColor=#f8cecc;strokeColor=#000000;" value="&lt;font face=&quot;Comic Sans MS&quot;&gt;&lt;b&gt;Few-Shot Learning&lt;/b&gt;&lt;/font&gt;" vertex="1">
          <mxGeometry height="30" width="120" x="920" y="250" as="geometry" />
        </mxCell>
        <mxCell id="HWx69ffex-x17Lno-qGl-38" parent="1" style="rounded=1;whiteSpace=wrap;html=1;strokeWidth=2;container=0;fillColor=#f8cecc;strokeColor=#000000;" value="&lt;b&gt;&lt;font face=&quot;Comic Sans MS&quot;&gt;Offline RL&lt;/font&gt;&lt;/b&gt;" vertex="1">
          <mxGeometry height="30" width="120" x="920" y="290" as="geometry" />
        </mxCell>
        <mxCell id="HWx69ffex-x17Lno-qGl-39" parent="1" style="rounded=1;whiteSpace=wrap;html=1;strokeWidth=2;container=0;fillColor=#f8cecc;strokeColor=#000000;" value="&lt;b&gt;&lt;font face=&quot;Comic Sans MS&quot;&gt;Foundation Model Transfer&lt;/font&gt;&lt;/b&gt;" vertex="1">
          <mxGeometry height="30" width="120" x="1050" y="290" as="geometry" />
+         </mxCell>
+         <mxCell id="HWx69ffex-x17Lno-qGl-40" parent="1" style="text;html=1;whiteSpace=wrap;strokeColor=none;fillColor=none;align=center;verticalAlign=middle;rounded=0;container=0;" value="&lt;b style=&quot;font-size: 13px;&quot;&gt;&lt;font face=&quot;Comic Sans MS&quot;&gt;Simulation Transfer&lt;/font&gt;&lt;/b&gt;" vertex="1">
+           <mxGeometry height="20" width="104" x="800" y="370" as="geometry" />
+         </mxCell>
+         <mxCell id="HWx69ffex-x17Lno-qGl-41" parent="1" style="text;html=1;whiteSpace=wrap;strokeColor=none;fillColor=none;align=center;verticalAlign=middle;rounded=0;container=0;" value="&lt;b style=&quot;font-size: 13px;&quot;&gt;&lt;font face=&quot;Comic Sans MS&quot;&gt;Data-Efficient Learning&lt;/font&gt;&lt;/b&gt;" vertex="1">
+           <mxGeometry height="20" width="104" x="740" y="840" as="geometry" />
+         </mxCell>
+         <mxCell id="HWx69ffex-x17Lno-qGl-42" parent="1" style="text;html=1;whiteSpace=wrap;strokeColor=none;fillColor=none;align=center;verticalAlign=middle;rounded=0;container=0;" value="&lt;b style=&quot;font-size: 13px;&quot;&gt;&lt;font face=&quot;Comic Sans MS&quot;&gt;Data-Efficient Learning&lt;/font&gt;&lt;/b&gt;" vertex="1">
+           <mxGeometry height="20" width="104" x="1130" y="820" as="geometry" />
+         </mxCell>
+         <mxCell id="HWx69ffex-x17Lno-qGl-43" parent="1" style="rounded=1;whiteSpace=wrap;html=1;strokeWidth=2;container=0;fillColor=#f8cecc;strokeColor=#000000;" value="&lt;font face=&quot;Comic Sans MS&quot;&gt;&lt;b&gt;Domain Randomization&lt;/b&gt;&lt;/font&gt;" vertex="1">
+           <mxGeometry height="30" width="120" x="920" y="345" as="geometry" />
+         </mxCell>
+         <mxCell id="HWx69ffex-x17Lno-qGl-44" parent="1" style="rounded=1;whiteSpace=wrap;html=1;strokeWidth=2;container=0;fillColor=#f8cecc;strokeColor=#000000;" value="&lt;font face=&quot;Comic Sans MS&quot;&gt;&lt;b&gt;Procedural Generation&lt;/b&gt;&lt;/font&gt;" vertex="1">
+           <mxGeometry height="30" width="120" x="980" y="385" as="geometry" />
+         </mxCell>
+         <mxCell id="HWx69ffex-x17Lno-qGl-45" parent="1" style="rounded=1;whiteSpace=wrap;html=1;strokeWidth=2;container=0;fillColor=#f8cecc;strokeColor=#000000;" value="&lt;font face=&quot;Comic Sans MS&quot;&gt;&lt;b&gt;Domain Adaptation&lt;/b&gt;&lt;/font&gt;" vertex="1">
+           <mxGeometry height="30" width="120" x="1050" y="345" as="geometry" />
+         </mxCell>
+         <mxCell id="HWx69ffex-x17Lno-qGl-46" parent="1" style="rounded=1;whiteSpace=wrap;html=1;strokeWidth=2;container=0;fillColor=#f8cecc;strokeColor=#000000;" value="&lt;font face=&quot;Comic Sans MS&quot;&gt;&lt;b&gt;Domain Randomization&lt;/b&gt;&lt;/font&gt;" vertex="1">
+           <mxGeometry height="30" width="120" x="1230" y="170" as="geometry" />
        </mxCell>
      </root>
    </mxGraphModel>
  </diagram>
</mxfile>
